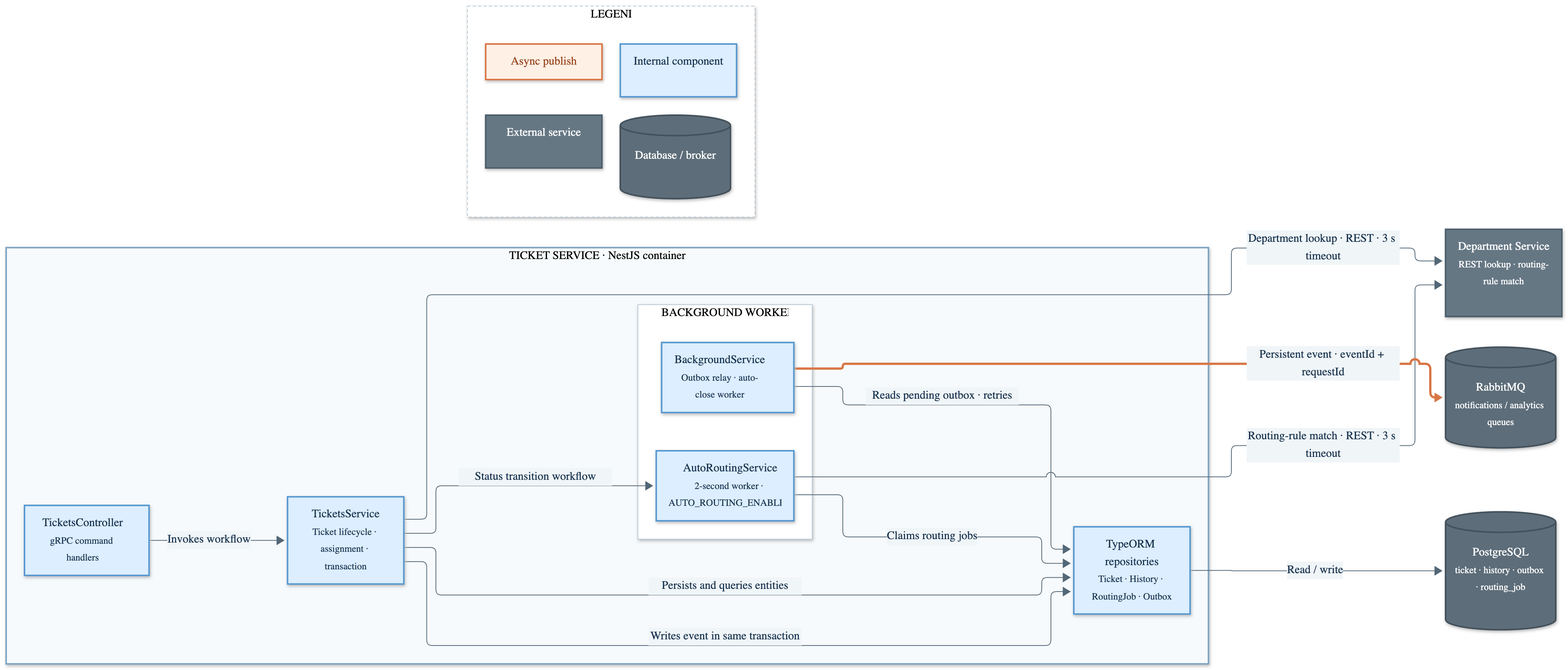
Earlier version of the Mermaid export docs/presentation/03-ticket-service-components.png (Pantipkub/chula-fondue). Its source is kept beside it as docs/presentation/03-ticket-service-components.mmd. Its diagram source:
```mermaid
%%{init: {"theme":"base","themeVariables":{"fontFamily":"Inter, Arial, sans-serif","fontSize":"15px","primaryColor":"#E7F2FB","primaryTextColor":"#17324D","primaryBorderColor":"#5798D0","lineColor":"#526777","secondaryColor":"#F0F5F8","tertiaryColor":"#FFFFFF","clusterBkg":"#F6F9FB","clusterBorder":"#9BB9D0"},"flowchart":{"curve":"basis","nodeSpacing":55,"rankSpacing":70,"htmlLabels":true}}}%%
flowchart LR
  subgraph ticket_service["TICKET SERVICE · NestJS container"]
    direction TB
    controller["TicketsController<br/><small>gRPC command handlers</small>"]
    service["TicketsService<br/><small>Ticket lifecycle · assignment · transaction</small>"]
    subgraph workers["BACKGROUND WORKERS"]
      direction LR
      routing["AutoRoutingService<br/><small>2-second worker · AUTO_ROUTING_ENABLED</small>"]
      background["BackgroundService<br/><small>Outbox relay · auto-close worker</small>"]
    end
    repos["TypeORM repositories<br/><small>Ticket · History · RoutingJob · Outbox</small>"]

    controller -->|Invokes workflow| service
    service -->|Status transition workflow| routing
    service -->|Persists and queries entities| repos
    routing -->|Claims routing jobs| repos
    background -->|Reads pending outbox · retries| repos
    service -->|Writes event in same transaction| repos
  end

  dept["Department Service<br/><small>REST lookup · routing-rule match</small>"]
  postgres[("PostgreSQL<br/><small>ticket · history · outbox · routing_job</small>")]
  rabbit[("RabbitMQ<br/><small>notifications / analytics queues</small>")]

  service -->|Department lookup · REST · 3 s timeout| dept
  routing -->|Routing-rule match · REST · 3 s timeout| dept
  repos -->|Read / write| postgres
  background -->|Persistent event · eventId + requestId| rabbit

  subgraph legend["LEGEND"]
    direction LR
    lcomponent["Internal component"]:::component
    lexternal["External service"]:::external
    lstore[("Database / broker")]:::store
    lasync["Async publish"]:::async
  end

  classDef component fill:#DCEEFF,color:#17324D,stroke:#5798D0,stroke-width:2px
  classDef external fill:#667784,color:#FFFFFF,stroke:#4D5F6C,stroke-width:2px
  classDef store fill:#5D6D79,color:#FFFFFF,stroke:#43515B,stroke-width:2px
  classDef async fill:#FFF0E5,color:#9A461F,stroke:#D87645,stroke-width:2px
  class controller,service,routing,background,repos,lcomponent component
  class dept,lexternal external
  class postgres,rabbit,lstore store
  class lasync async
  style ticket_service fill:#F7FAFC,stroke:#7EA4C2,stroke-width:2px
  style workers fill:#FFFFFF,stroke:#B7CAD8,stroke-width:1px
  style legend fill:#FFFFFF,stroke:#B9C9D5,stroke-dasharray:4 3
  linkStyle 9 stroke:#D87645,stroke-width:3px
```
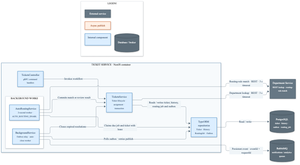
The same file after the commit.

What changed in the source:
```diff
@@ -12,11 +12,11 @@
     repos["TypeORM repositories<br/><small>Ticket · History · RoutingJob · Outbox</small>"]
 
     controller -->|Invokes workflow| service
-    service -->|Status transition workflow| routing
-    service -->|Persists and queries entities| repos
-    routing -->|Claims routing jobs| repos
-    background -->|Reads pending outbox · retries| repos
-    service -->|Writes event in same transaction| repos
+    service -->|Reads / writes ticket, history, routing job and outbox| repos
+    routing -->|Claims due job and ticket with lease| repos
+    routing -->|Commits match or review result| service
+    background -->|Polls outbox · retries publish| repos
+    background -->|Closes expired resolutions| service
   end
 
   dept["Department Service<br/><small>REST lookup · routing-rule match</small>"]
@@ -47,4 +47,3 @@
   style ticket_service fill:#F7FAFC,stroke:#7EA4C2,stroke-width:2px
   style workers fill:#FFFFFF,stroke:#B7CAD8,stroke-width:1px
   style legend fill:#FFFFFF,stroke:#B9C9D5,stroke-dasharray:4 3
-  linkStyle 9 stroke:#D87645,stroke-width:3px
```
